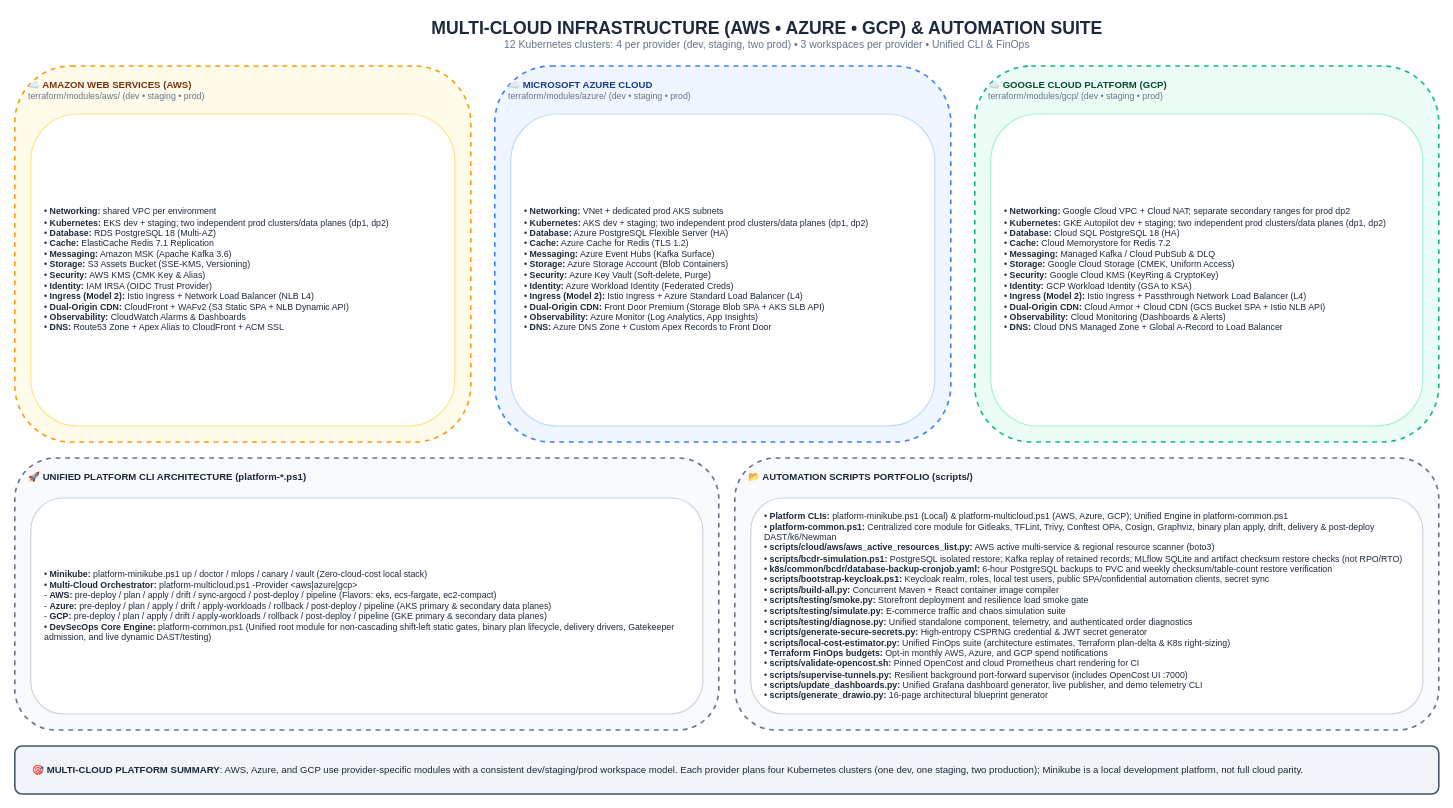
Before: page "11. Multi-Cloud IaC & CLI Automation Suite" (11 of 16) of docs/Diagrams.drawio in GeorgeGxx/microservices-architecture, a draw.io diagram. Source tidied: cells renumbered, new cells numbered last; positions are measured from the earlier drawing's top-left corner, leaving out a move shared by most shapes. Both pictures are drawn from the tidied source at 80%, with x=0, y=0 at pixel (14, 14).
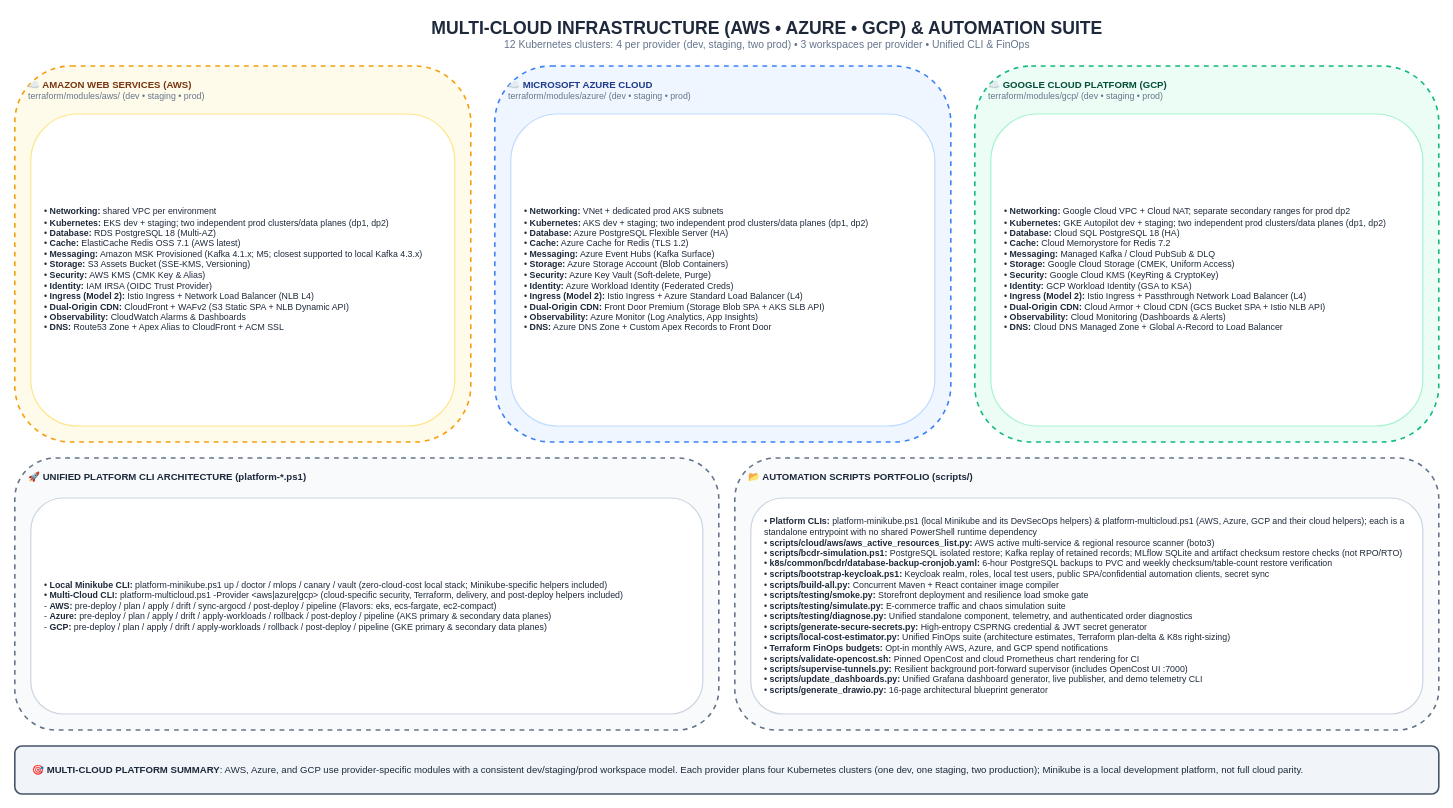
Above is the later version.

Diff of the diagram source:
```diff
@@
 <mxGraphModel>
   <root>
     <mxCell id="0" />
     <mxCell id="1" parent="0" />
     <mxCell id="2" value="&lt;b style='font-size:22px;color:#1E293B;'&gt;MULTI-CLOUD INFRASTRUCTURE (AWS • AZURE • GCP) &amp; AUTOMATION SUITE&lt;/b&gt;&lt;br&gt;&lt;span style='font-size:13px;color:#64748B;'&gt;12 Kubernetes clusters: 4 per provider (dev, staging, two prod) • 3 workspaces per provider • Unified CLI &amp; FinOps&lt;/span&gt;" style="text;html=1;align=center;verticalAlign=middle;rounded=0;" parent="1" vertex="1">
       <mxGeometry x="240" width="1400" height="50" as="geometry" />
     </mxCell>
     <mxCell id="3" value="&lt;b&gt;☁️ AMAZON WEB SERVICES (AWS)&lt;/b&gt;&lt;br&gt;&lt;span style='font-size:11px;color:#64748B;'&gt;terraform/modules/aws/ (dev • staging • prod)&lt;/span&gt;" style="rounded=1;whiteSpace=wrap;html=1;fillColor=#FFFBEB;strokeColor=#F59E0B;strokeWidth=2;verticalAlign=top;align=left;spacingLeft=15;spacingTop=10;fontColor=#78350F;fontSize=12;dashed=1;" parent="1" vertex="1">
       <mxGeometry y="65" width="570" height="470" as="geometry" />
     </mxCell>
-    <mxCell id="4" value="• &lt;b&gt;Networking:&lt;/b&gt; shared VPC per environment&lt;br&gt;• &lt;b&gt;Kubernetes:&lt;/b&gt; EKS dev + staging; two independent prod clusters/data planes (dp1, dp2)&lt;br&gt;• &lt;b&gt;Database:&lt;/b&gt; RDS PostgreSQL 18 (Multi-AZ)&lt;br&gt;• &lt;b&gt;Cache:&lt;/b&gt; ElastiCache Redis 7.1 Replication&lt;br&gt;• &lt;b&gt;Messaging:&lt;/b&gt; Amazon MSK (Apache Kafka 3.6)&lt;br&gt;• &lt;b&gt;Storage:&lt;/b&gt; S3 Assets Bucket (SSE-KMS, Versioning)&lt;br&gt;• &lt;b&gt;Security:&lt;/b&gt; AWS KMS (CMK Key &amp; Alias)&lt;br&gt;• &lt;b&gt;Identity:&lt;/b&gt; IAM IRSA (OIDC Trust Provider)&lt;br&gt;• &lt;b&gt;Ingress (Model 2):&lt;/b&gt; Istio Ingress + Network Load Balancer (NLB L4)&lt;br&gt;• &lt;b&gt;Dual-Origin CDN:&lt;/b&gt; CloudFront + WAFv2 (S3 Static SPA + NLB Dynamic API)&lt;br&gt;• &lt;b&gt;Observability:&lt;/b&gt; CloudWatch Alarms &amp; Dashboards&lt;br&gt;• &lt;b&gt;DNS:&lt;/b&gt; Route53 Zone + Apex Alias to CloudFront + ACM SSL" style="rounded=1;whiteSpace=wrap;html=1;fillColor=#FFFFFF;strokeColor=#FDE68A;strokeWidth=1.5;fontColor=#1E293B;fontSize=11;align=left;spacingLeft=15;" parent="1" vertex="1">
+    <mxCell id="4" value="• &lt;b&gt;Networking:&lt;/b&gt; shared VPC per environment&lt;br&gt;• &lt;b&gt;Kubernetes:&lt;/b&gt; EKS dev + staging; two independent prod clusters/data planes (dp1, dp2)&lt;br&gt;• &lt;b&gt;Database:&lt;/b&gt; RDS PostgreSQL 18 (Multi-AZ)&lt;br&gt;• &lt;b&gt;Cache:&lt;/b&gt; ElastiCache Redis OSS 7.1 (AWS latest)&lt;br&gt;• &lt;b&gt;Messaging:&lt;/b&gt; Amazon MSK Provisioned (Kafka 4.1.x; M5; closest supported to local Kafka 4.3.x)&lt;br&gt;• &lt;b&gt;Storage:&lt;/b&gt; S3 Assets Bucket (SSE-KMS, Versioning)&lt;br&gt;• &lt;b&gt;Security:&lt;/b&gt; AWS KMS (CMK Key &amp; Alias)&lt;br&gt;• &lt;b&gt;Identity:&lt;/b&gt; IAM IRSA (OIDC Trust Provider)&lt;br&gt;• &lt;b&gt;Ingress (Model 2):&lt;/b&gt; Istio Ingress + Network Load Balancer (NLB L4)&lt;br&gt;• &lt;b&gt;Dual-Origin CDN:&lt;/b&gt; CloudFront + WAFv2 (S3 Static SPA + NLB Dynamic API)&lt;br&gt;• &lt;b&gt;Observability:&lt;/b&gt; CloudWatch Alarms &amp; Dashboards&lt;br&gt;• &lt;b&gt;DNS:&lt;/b&gt; Route53 Zone + Apex Alias to CloudFront + ACM SSL" style="rounded=1;whiteSpace=wrap;html=1;fillColor=#FFFFFF;strokeColor=#FDE68A;strokeWidth=1.5;fontColor=#1E293B;fontSize=11;align=left;spacingLeft=15;" parent="1" vertex="1">
       <mxGeometry x="20" y="125" width="530" height="390" as="geometry" />
     </mxCell>
     <mxCell id="5" value="&lt;b&gt;☁️ MICROSOFT AZURE CLOUD&lt;/b&gt;&lt;br&gt;&lt;span style='font-size:11px;color:#64748B;'&gt;terraform/modules/azure/ (dev • staging • prod)&lt;/span&gt;" style="rounded=1;whiteSpace=wrap;html=1;fillColor=#EFF6FF;strokeColor=#3B82F6;strokeWidth=2;verticalAlign=top;align=left;spacingLeft=15;spacingTop=10;fontColor=#1E3A8A;fontSize=12;dashed=1;" parent="1" vertex="1">
       <mxGeometry x="600" y="65" width="570" height="470" as="geometry" />
     </mxCell>
     <mxCell id="6" value="• &lt;b&gt;Networking:&lt;/b&gt; VNet + dedicated prod AKS subnets&lt;br&gt;• &lt;b&gt;Kubernetes:&lt;/b&gt; AKS dev + staging; two independent prod clusters/data planes (dp1, dp2)&lt;br&gt;• &lt;b&gt;Database:&lt;/b&gt; Azure PostgreSQL Flexible Server (HA)&lt;br&gt;• &lt;b&gt;Cache:&lt;/b&gt; Azure Cache for Redis (TLS 1.2)&lt;br&gt;• &lt;b&gt;Messaging:&lt;/b&gt; Azure Event Hubs (Kafka Surface)&lt;br&gt;• &lt;b&gt;Storage:&lt;/b&gt; Azure Storage Account (Blob Containers)&lt;br&gt;• &lt;b&gt;Security:&lt;/b&gt; Azure Key Vault (Soft-delete, Purge)&lt;br&gt;• &lt;b&gt;Identity:&lt;/b&gt; Azure Workload Identity (Federated Creds)&lt;br&gt;• &lt;b&gt;Ingress (Model 2):&lt;/b&gt; Istio Ingress + Azure Standard Load Balancer (L4)&lt;br&gt;• &lt;b&gt;Dual-Origin CDN:&lt;/b&gt; Front Door Premium (Storage Blob SPA + AKS SLB API)&lt;br&gt;• &lt;b&gt;Observability:&lt;/b&gt; Azure Monitor (Log Analytics, App Insights)&lt;br&gt;• &lt;b&gt;DNS:&lt;/b&gt; Azure DNS Zone + Custom Apex Records to Front Door" style="rounded=1;whiteSpace=wrap;html=1;fillColor=#FFFFFF;strokeColor=#BFDBFE;strokeWidth=1.5;fontColor=#1E293B;fontSize=11;align=left;spacingLeft=15;" parent="1" vertex="1">
       <mxGeometry x="620" y="125" width="530" height="390" as="geometry" />
     </mxCell>
     <mxCell id="7" value="&lt;b&gt;☁️ GOOGLE CLOUD PLATFORM (GCP)&lt;/b&gt;&lt;br&gt;&lt;span style='font-size:11px;color:#64748B;'&gt;terraform/modules/gcp/ (dev • staging • prod)&lt;/span&gt;" style="rounded=1;whiteSpace=wrap;html=1;fillColor=#ECFDF5;strokeColor=#10B981;strokeWidth=2;verticalAlign=top;align=left;spacingLeft=15;spacingTop=10;fontColor=#064E3B;fontSize=12;dashed=1;" parent="1" vertex="1">
       <mxGeometry x="1200" y="65" width="580" height="470" as="geometry" />
     </mxCell>
     <mxCell id="8" value="• &lt;b&gt;Networking:&lt;/b&gt; Google Cloud VPC + Cloud NAT; separate secondary ranges for prod dp2&lt;br&gt;• &lt;b&gt;Kubernetes:&lt;/b&gt; GKE Autopilot dev + staging; two independent prod clusters/data planes (dp1, dp2)&lt;br&gt;• &lt;b&gt;Database:&lt;/b&gt; Cloud SQL PostgreSQL 18 (HA)&lt;br&gt;• &lt;b&gt;Cache:&lt;/b&gt; Cloud Memorystore for Redis 7.2&lt;br&gt;• &lt;b&gt;Messaging:&lt;/b&gt; Managed Kafka / Cloud PubSub &amp; DLQ&lt;br&gt;• &lt;b&gt;Storage:&lt;/b&gt; Google Cloud Storage (CMEK, Uniform Access)&lt;br&gt;• &lt;b&gt;Security:&lt;/b&gt; Google Cloud KMS (KeyRing &amp; CryptoKey)&lt;br&gt;• &lt;b&gt;Identity:&lt;/b&gt; GCP Workload Identity (GSA to KSA)&lt;br&gt;• &lt;b&gt;Ingress (Model 2):&lt;/b&gt; Istio Ingress + Passthrough Network Load Balancer (L4)&lt;br&gt;• &lt;b&gt;Dual-Origin CDN:&lt;/b&gt; Cloud Armor + Cloud CDN (GCS Bucket SPA + Istio NLB API)&lt;br&gt;• &lt;b&gt;Observability:&lt;/b&gt; Cloud Monitoring (Dashboards &amp; Alerts)&lt;br&gt;• &lt;b&gt;DNS:&lt;/b&gt; Cloud DNS Managed Zone + Global A-Record to Load Balancer" style="rounded=1;whiteSpace=wrap;html=1;fillColor=#FFFFFF;strokeColor=#A7F3D0;strokeWidth=1.5;fontColor=#1E293B;fontSize=11;align=left;spacingLeft=15;" parent="1" vertex="1">
       <mxGeometry x="1220" y="125" width="540" height="390" as="geometry" />
     </mxCell>
     <mxCell id="9" value="&lt;b&gt;🚀 UNIFIED PLATFORM CLI ARCHITECTURE (platform-*.ps1)&lt;/b&gt;" style="rounded=1;whiteSpace=wrap;html=1;fillColor=#F8FAFC;strokeColor=#64748B;strokeWidth=2;verticalAlign=top;align=left;spacingLeft=15;spacingTop=10;fontColor=#1E293B;fontSize=12;dashed=1;" parent="1" vertex="1">
       <mxGeometry y="555" width="880" height="340" as="geometry" />
     </mxCell>
-    <mxCell id="10" value="• &lt;b&gt;Minikube:&lt;/b&gt; platform-minikube.ps1 up / doctor / mlops / canary / vault (Zero-cloud-cost local stack)&lt;br&gt;• &lt;b&gt;Multi-Cloud Orchestrator:&lt;/b&gt; platform-multicloud.ps1 -Provider &amp;lt;aws|azure|gcp&amp;gt;&lt;br&gt;  - &lt;b&gt;AWS:&lt;/b&gt; pre-deploy / plan / apply / drift / sync-argocd / post-deploy / pipeline (Flavors: eks, ecs-fargate, ec2-compact)&lt;br&gt;  - &lt;b&gt;Azure:&lt;/b&gt; pre-deploy / plan / apply / drift / apply-workloads / rollback / post-deploy / pipeline (AKS primary &amp; secondary data planes)&lt;br&gt;  - &lt;b&gt;GCP:&lt;/b&gt; pre-deploy / plan / apply / drift / apply-workloads / rollback / post-deploy / pipeline (GKE primary &amp; secondary data planes)&lt;br&gt;• &lt;b&gt;DevSecOps Core Engine:&lt;/b&gt; platform-common.ps1 (Unified root module for non-cascading shift-left static gates, binary plan lifecycle, delivery drivers, Gatekeeper admission, and live dynamic DAST/testing)" style="rounded=1;whiteSpace=wrap;html=1;fillColor=#FFFFFF;strokeColor=#CBD5E1;strokeWidth=1.5;fontColor=#1E293B;fontSize=11;align=left;spacingLeft=15;" parent="1" vertex="1">
+    <mxCell id="10" value="• &lt;b&gt;Local Minikube CLI:&lt;/b&gt; platform-minikube.ps1 up / doctor / mlops / canary / vault (zero-cloud-cost local stack; Minikube-specific helpers included)&lt;br&gt;• &lt;b&gt;Multi-Cloud CLI:&lt;/b&gt; platform-multicloud.ps1 -Provider &amp;lt;aws|azure|gcp&amp;gt; (cloud-specific security, Terraform, delivery, and post-deploy helpers included)&lt;br&gt;  - &lt;b&gt;AWS:&lt;/b&gt; pre-deploy / plan / apply / drift / sync-argocd / post-deploy / pipeline (Flavors: eks, ecs-fargate, ec2-compact)&lt;br&gt;  - &lt;b&gt;Azure:&lt;/b&gt; pre-deploy / plan / apply / drift / apply-workloads / rollback / post-deploy / pipeline (AKS primary &amp; secondary data planes)&lt;br&gt;  - &lt;b&gt;GCP:&lt;/b&gt; pre-deploy / plan / apply / drift / apply-workloads / rollback / post-deploy / pipeline (GKE primary &amp; secondary data planes)" style="rounded=1;whiteSpace=wrap;html=1;fillColor=#FFFFFF;strokeColor=#CBD5E1;strokeWidth=1.5;fontColor=#1E293B;fontSize=11;align=left;spacingLeft=15;" parent="1" vertex="1">
       <mxGeometry x="20" y="605" width="840" height="270" as="geometry" />
     </mxCell>
     <mxCell id="11" value="&lt;b&gt;📂 AUTOMATION SCRIPTS PORTFOLIO (scripts/)&lt;/b&gt;" style="rounded=1;whiteSpace=wrap;html=1;fillColor=#F8FAFC;strokeColor=#64748B;strokeWidth=2;verticalAlign=top;align=left;spacingLeft=15;spacingTop=10;fontColor=#1E293B;fontSize=12;dashed=1;" parent="1" vertex="1">
       <mxGeometry x="900" y="555" width="880" height="340" as="geometry" />
     </mxCell>
-    <mxCell id="12" value="• &lt;b&gt;Platform CLIs:&lt;/b&gt; platform-minikube.ps1 (Local) &amp; platform-multicloud.ps1 (AWS, Azure, GCP); Unified Engine in platform-common.ps1&lt;br&gt;• &lt;b&gt;platform-common.ps1:&lt;/b&gt; Centralized core module for Gitleaks, TFLint, Trivy, Conftest OPA, Cosign, Graphviz, binary plan apply, drift, delivery &amp; post-deploy DAST/k6/Newman&lt;br&gt;• &lt;b&gt;scripts/cloud/aws/aws_active_resources_list.py:&lt;/b&gt; AWS active multi-service &amp; regional resource scanner (boto3)&lt;br&gt;• &lt;b&gt;scripts/bcdr-simulation.ps1:&lt;/b&gt; PostgreSQL isolated restore; Kafka replay of retained records; MLflow SQLite and artifact checksum restore checks (not RPO/RTO)&lt;br&gt;• &lt;b&gt;k8s/common/bcdr/database-backup-cronjob.yaml:&lt;/b&gt; 6-hour PostgreSQL backups to PVC and weekly checksum/table-count restore verification&lt;br&gt;• &lt;b&gt;scripts/bootstrap-keycloak.ps1:&lt;/b&gt; Keycloak realm, roles, local test users, public SPA/confidential automation clients, secret sync&lt;br&gt;• &lt;b&gt;scripts/build-all.py:&lt;/b&gt; Concurrent Maven + React container image compiler&lt;br&gt;• &lt;b&gt;scripts/testing/smoke.py:&lt;/b&gt; Storefront deployment and resilience load smoke gate&lt;br&gt;• &lt;b&gt;scripts/testing/simulate.py:&lt;/b&gt; E-commerce traffic and chaos simulation suite&lt;br&gt;• &lt;b&gt;scripts/testing/diagnose.py:&lt;/b&gt; Unified standalone component, telemetry, and authenticated order diagnostics&lt;br&gt;• &lt;b&gt;scripts/generate-secure-secrets.py:&lt;/b&gt; High-entropy CSPRNG credential &amp; JWT secret generator&lt;br&gt;• &lt;b&gt;scripts/local-cost-estimator.py:&lt;/b&gt; Unified FinOps suite (architecture estimates, Terraform plan-delta &amp; K8s right-sizing)&lt;br&gt;• &lt;b&gt;Terraform FinOps budgets:&lt;/b&gt; Opt-in monthly AWS, Azure, and GCP spend notifications&lt;br&gt;• &lt;b&gt;scripts/validate-opencost.sh:&lt;/b&gt; Pinned OpenCost and cloud Prometheus chart rendering for CI&lt;br&gt;• &lt;b&gt;scripts/supervise-tunnels.py:&lt;/b&gt; Resilient background port-forward supervisor (includes OpenCost UI :7000)&lt;br&gt;• &lt;b&gt;scripts/update_dashboards.py:&lt;/b&gt; Unified Grafana dashboard generator, live publisher, and demo telemetry CLI&lt;br&gt;• &lt;b&gt;scripts/generate_drawio.py:&lt;/b&gt; 16-page architectural blueprint generator" style="rounded=1;whiteSpace=wrap;html=1;fillColor=#FFFFFF;strokeColor=#CBD5E1;strokeWidth=1.5;fontColor=#1E293B;fontSize=11;align=left;spacingLeft=15;" parent="1" vertex="1">
+    <mxCell id="12" value="• &lt;b&gt;Platform CLIs:&lt;/b&gt; platform-minikube.ps1 (local Minikube and its DevSecOps helpers) &amp; platform-multicloud.ps1 (AWS, Azure, GCP and their cloud helpers); each is a standalone entrypoint with no shared PowerShell runtime dependency&lt;br&gt;• &lt;b&gt;scripts/cloud/aws/aws_active_resources_list.py:&lt;/b&gt; AWS active multi-service &amp; regional resource scanner (boto3)&lt;br&gt;• &lt;b&gt;scripts/bcdr-simulation.ps1:&lt;/b&gt; PostgreSQL isolated restore; Kafka replay of retained records; MLflow SQLite and artifact checksum restore checks (not RPO/RTO)&lt;br&gt;• &lt;b&gt;k8s/common/bcdr/database-backup-cronjob.yaml:&lt;/b&gt; 6-hour PostgreSQL backups to PVC and weekly checksum/table-count restore verification&lt;br&gt;• &lt;b&gt;scripts/bootstrap-keycloak.ps1:&lt;/b&gt; Keycloak realm, roles, local test users, public SPA/confidential automation clients, secret sync&lt;br&gt;• &lt;b&gt;scripts/build-all.py:&lt;/b&gt; Concurrent Maven + React container image compiler&lt;br&gt;• &lt;b&gt;scripts/testing/smoke.py:&lt;/b&gt; Storefront deployment and resilience load smoke gate&lt;br&gt;• &lt;b&gt;scripts/testing/simulate.py:&lt;/b&gt; E-commerce traffic and chaos simulation suite&lt;br&gt;• &lt;b&gt;scripts/testing/diagnose.py:&lt;/b&gt; Unified standalone component, telemetry, and authenticated order diagnostics&lt;br&gt;• &lt;b&gt;scripts/generate-secure-secrets.py:&lt;/b&gt; High-entropy CSPRNG credential &amp; JWT secret generator&lt;br&gt;• &lt;b&gt;scripts/local-cost-estimator.py:&lt;/b&gt; Unified FinOps suite (architecture estimates, Terraform plan-delta &amp; K8s right-sizing)&lt;br&gt;• &lt;b&gt;Terraform FinOps budgets:&lt;/b&gt; Opt-in monthly AWS, Azure, and GCP spend notifications&lt;br&gt;• &lt;b&gt;scripts/validate-opencost.sh:&lt;/b&gt; Pinned OpenCost and cloud Prometheus chart rendering for CI&lt;br&gt;• &lt;b&gt;scripts/supervise-tunnels.py:&lt;/b&gt; Resilient background port-forward supervisor (includes OpenCost UI :7000)&lt;br&gt;• &lt;b&gt;scripts/update_dashboards.py:&lt;/b&gt; Unified Grafana dashboard generator, live publisher, and demo telemetry CLI&lt;br&gt;• &lt;b&gt;scripts/generate_drawio.py:&lt;/b&gt; 16-page architectural blueprint generator" style="rounded=1;whiteSpace=wrap;html=1;fillColor=#FFFFFF;strokeColor=#CBD5E1;strokeWidth=1.5;fontColor=#1E293B;fontSize=11;align=left;spacingLeft=15;" parent="1" vertex="1">
       <mxGeometry x="920" y="605" width="840" height="270" as="geometry" />
     </mxCell>
     <mxCell id="13" value="&lt;b&gt;🎯 MULTI-CLOUD PLATFORM SUMMARY&lt;/b&gt;: AWS, Azure, and GCP use provider-specific modules with a consistent dev/staging/prod workspace model. Each provider plans four Kubernetes clusters (one dev, one staging, two production); Minikube is a local development platform, not full cloud parity." style="rounded=1;whiteSpace=wrap;html=1;fillColor=#F1F5F9;strokeColor=#475569;strokeWidth=2;fontColor=#1E293B;fontSize=12;align=left;spacingLeft=20;" parent="1" vertex="1">
       <mxGeometry y="915" width="1780" height="60" as="geometry" />
     </mxCell>
   </root>
 </mxGraphModel>
```
